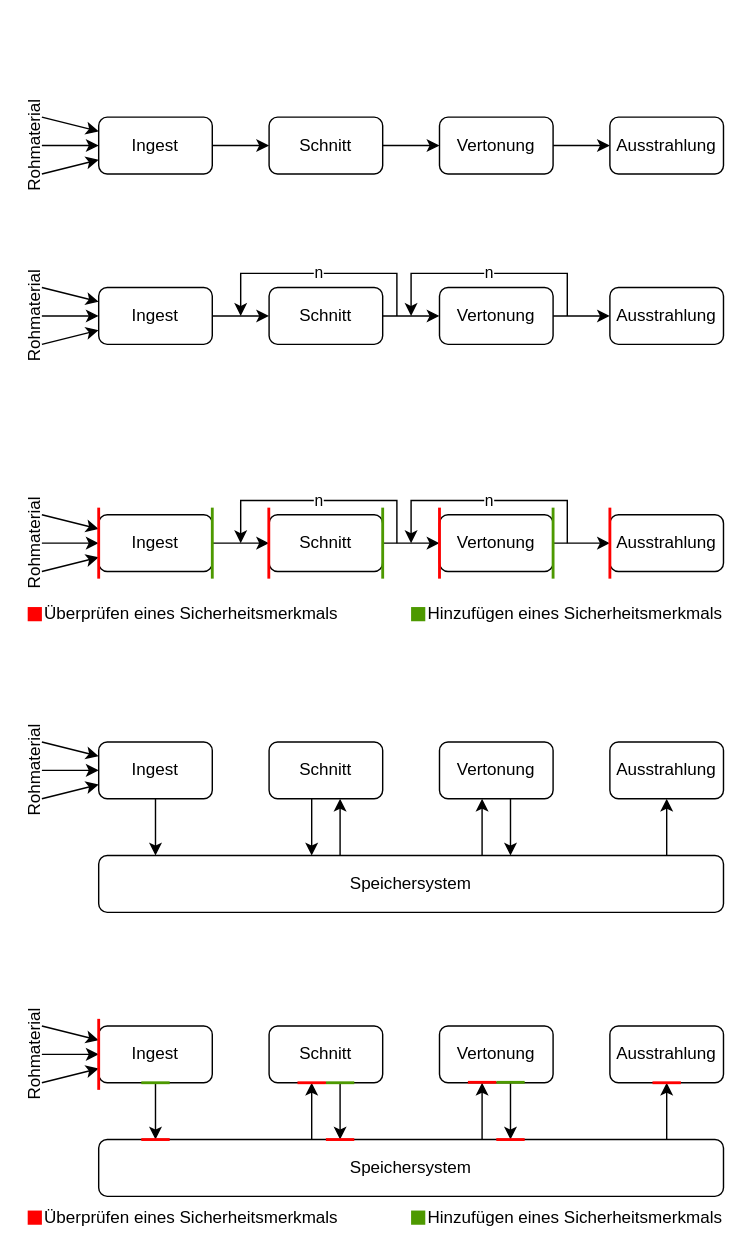
This is Produktionsprozess.drawio from timteller/Grafiken_Bachelorarbeit, a draw.io file, before an edit. Source tidied: cells renumbered, new cells numbered last; positions are measured from the earlier drawing's top-left corner, leaving out a move shared by most shapes. Both pictures are drawn from the tidied source at 142%, with x=0, y=0 at pixel (-16, 116).
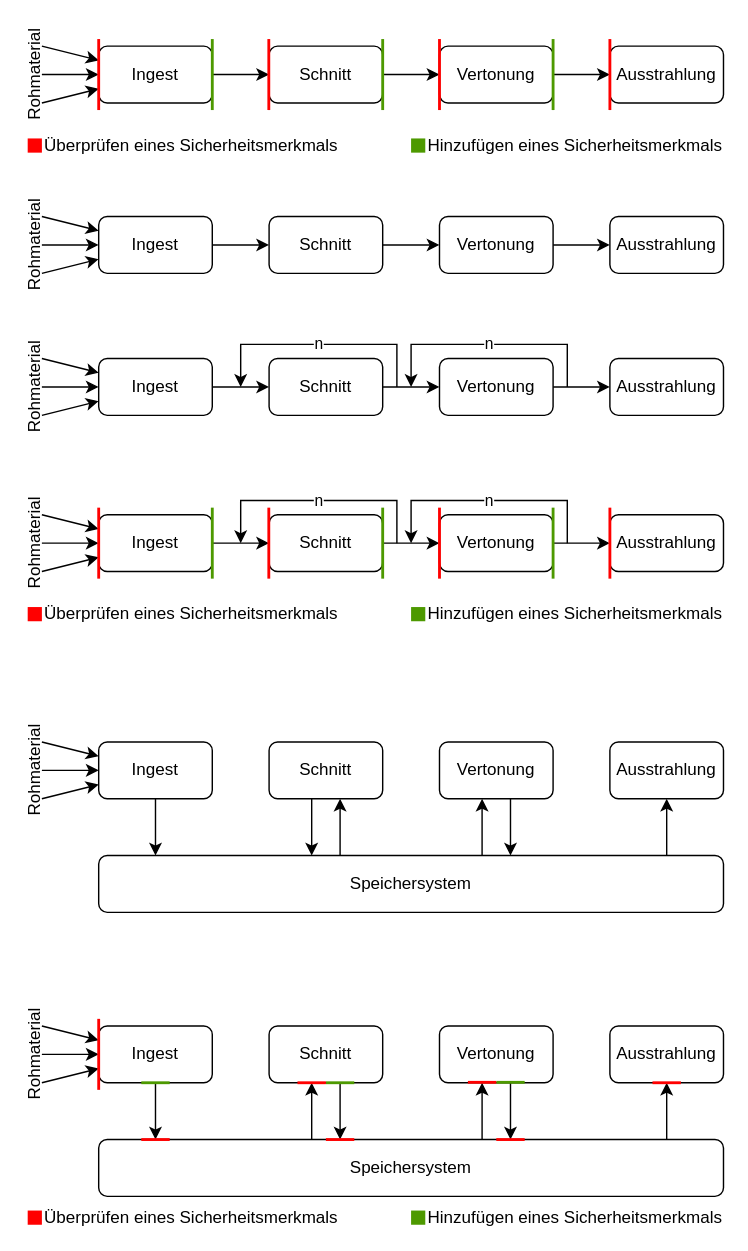
After the change.

What changed in the source:
```diff
@@
     <mxCell id="3" value="Ingest" style="rounded=1;whiteSpace=wrap;html=1;" parent="1" vertex="1">
-      <mxGeometry x="80" width="80" height="40" as="geometry" />
+      <mxGeometry x="80" y="70" width="80" height="40" as="geometry" />
     </mxCell>
@@
     <mxCell id="5" value="Schnitt" style="rounded=1;whiteSpace=wrap;html=1;" parent="1" vertex="1">
-      <mxGeometry x="200" width="80" height="40" as="geometry" />
+      <mxGeometry x="200" y="70" width="80" height="40" as="geometry" />
     </mxCell>
@@
     <mxCell id="7" value="Vertonung" style="rounded=1;whiteSpace=wrap;html=1;" parent="1" vertex="1">
-      <mxGeometry x="320" width="80" height="40" as="geometry" />
+      <mxGeometry x="320" y="70" width="80" height="40" as="geometry" />
     </mxCell>
     <mxCell id="8" value="Ausstrahlung" style="rounded=1;whiteSpace=wrap;html=1;" parent="1" vertex="1">
-      <mxGeometry x="440" width="80" height="40" as="geometry" />
+      <mxGeometry x="440" y="70" width="80" height="40" as="geometry" />
     </mxCell>
     <mxCell id="9" style="endArrow=classic;html=1;rounded=0;entryX=0;entryY=0.75;entryDx=0;entryDy=0;" parent="1" edge="1" target="3">
       <mxGeometry relative="1" as="geometry">
-        <mxPoint x="40" y="40" as="sourcePoint" />
+        <mxPoint x="40" y="110" as="sourcePoint" />
       </mxGeometry>
     </mxCell>
     <mxCell id="10" style="endArrow=classic;html=1;rounded=0;entryX=0;entryY=0.5;entryDx=0;entryDy=0;" parent="1" edge="1" target="3">
       <mxGeometry relative="1" as="geometry">
-        <mxPoint x="40" y="20" as="sourcePoint" />
+        <mxPoint x="40" y="90" as="sourcePoint" />
       </mxGeometry>
     </mxCell>
     <mxCell id="11" style="endArrow=classic;html=1;rounded=0;entryX=0;entryY=0.25;entryDx=0;entryDy=0;" parent="1" edge="1" target="3">
       <mxGeometry relative="1" as="geometry">
-        <mxPoint x="40" as="sourcePoint" />
+        <mxPoint x="40" y="70" as="sourcePoint" />
       </mxGeometry>
     </mxCell>
     <mxCell id="12" value="Rohmaterial" style="text;html=1;align=center;verticalAlign=middle;whiteSpace=wrap;rounded=0;rotation=-90;" parent="1" vertex="1">
-      <mxGeometry y="15" width="70" height="10" as="geometry" />
+      <mxGeometry y="85" width="70" height="10" as="geometry" />
     </mxCell>
@@
     <mxCell id="15" value="Ingest" style="rounded=1;whiteSpace=wrap;html=1;" parent="13" vertex="1">
-      <mxGeometry x="80" y="120" width="80" height="40" as="geometry" />
+      <mxGeometry x="80" y="170" width="80" height="40" as="geometry" />
     </mxCell>
@@
     <mxCell id="17" value="Schnitt" style="rounded=1;whiteSpace=wrap;html=1;" parent="13" vertex="1">
-      <mxGeometry x="200" y="120" width="80" height="40" as="geometry" />
+      <mxGeometry x="200" y="170" width="80" height="40" as="geometry" />
     </mxCell>
@@
     <mxCell id="19" value="Vertonung" style="rounded=1;whiteSpace=wrap;html=1;" parent="13" vertex="1">
-      <mxGeometry x="320" y="120" width="80" height="40" as="geometry" />
+      <mxGeometry x="320" y="170" width="80" height="40" as="geometry" />
     </mxCell>
     <mxCell id="20" value="Ausstrahlung" style="rounded=1;whiteSpace=wrap;html=1;" parent="13" vertex="1">
-      <mxGeometry x="440" y="120" width="80" height="40" as="geometry" />
+      <mxGeometry x="440" y="170" width="80" height="40" as="geometry" />
     </mxCell>
     <mxCell id="21" style="endArrow=classic;html=1;rounded=0;entryX=0;entryY=0.75;entryDx=0;entryDy=0;" parent="13" edge="1" target="15">
       <mxGeometry relative="1" as="geometry">
-        <mxPoint x="40" y="160" as="sourcePoint" />
+        <mxPoint x="40" y="210" as="sourcePoint" />
       </mxGeometry>
     </mxCell>
     <mxCell id="22" style="endArrow=classic;html=1;rounded=0;entryX=0;entryY=0.5;entryDx=0;entryDy=0;" parent="13" edge="1" target="15">
       <mxGeometry relative="1" as="geometry">
-        <mxPoint x="40" y="140" as="sourcePoint" />
+        <mxPoint x="40" y="190" as="sourcePoint" />
       </mxGeometry>
     </mxCell>
     <mxCell id="23" style="endArrow=classic;html=1;rounded=0;entryX=0;entryY=0.25;entryDx=0;entryDy=0;" parent="13" edge="1" target="15">
       <mxGeometry relative="1" as="geometry">
-        <mxPoint x="40" y="120" as="sourcePoint" />
+        <mxPoint x="40" y="170" as="sourcePoint" />
       </mxGeometry>
     </mxCell>
     <mxCell id="24" value="Rohmaterial" style="text;html=1;align=center;verticalAlign=middle;whiteSpace=wrap;rounded=0;rotation=-90;" parent="13" vertex="1">
-      <mxGeometry y="135" width="70" height="10" as="geometry" />
+      <mxGeometry y="185" width="70" height="10" as="geometry" />
     </mxCell>
     <mxCell id="25" value="n" style="endArrow=classic;html=1;rounded=0;" parent="13" edge="1">
       <mxGeometry relative="1" as="geometry">
-        <mxPoint x="410" y="140" as="sourcePoint" />
-        <mxPoint x="300" y="140" as="targetPoint" />
+        <mxPoint x="410" y="190" as="sourcePoint" />
+        <mxPoint x="300" y="190" as="targetPoint" />
         <Array as="points">
-          <mxPoint x="410" y="110" />
-          <mxPoint x="300" y="110" />
+          <mxPoint x="410" y="160" />
+          <mxPoint x="300" y="160" />
         </Array>
       </mxGeometry>
     </mxCell>
     <mxCell id="26" value="n" style="endArrow=classic;html=1;rounded=0;" parent="13" edge="1">
       <mxGeometry relative="1" as="geometry">
-        <mxPoint x="290" y="140" as="sourcePoint" />
-        <mxPoint x="180" y="140" as="targetPoint" />
+        <mxPoint x="290" y="190" as="sourcePoint" />
+        <mxPoint x="180" y="190" as="targetPoint" />
         <Array as="points">
-          <mxPoint x="290" y="110" />
-          <mxPoint x="180" y="110" />
+          <mxPoint x="290" y="160" />
+          <mxPoint x="180" y="160" />
         </Array>
       </mxGeometry>
     </mxCell>
@@
+    <mxCell id="98" parent="0" />
+    <mxCell id="99" style="edgeStyle=orthogonalEdgeStyle;rounded=0;jettySize=auto;html=1;" parent="98" edge="1" source="100" target="102">
+      <mxGeometry relative="1" as="geometry" />
+    </mxCell>
+    <mxCell id="100" value="Ingest" style="rounded=1;whiteSpace=wrap;html=1;" parent="98" vertex="1">
+      <mxGeometry x="80" y="-50" width="80" height="40" as="geometry" />
+    </mxCell>
+    <mxCell id="101" style="edgeStyle=orthogonalEdgeStyle;rounded=0;jettySize=auto;html=1;" parent="98" edge="1" source="102" target="104">
+      <mxGeometry relative="1" as="geometry" />
+    </mxCell>
+    <mxCell id="102" value="Schnitt" style="rounded=1;whiteSpace=wrap;html=1;" parent="98" vertex="1">
+      <mxGeometry x="200" y="-50" width="80" height="40" as="geometry" />
+    </mxCell>
+    <mxCell id="103" style="edgeStyle=orthogonalEdgeStyle;rounded=0;jettySize=auto;html=1;" parent="98" edge="1" source="104" target="105">
+      <mxGeometry relative="1" as="geometry" />
+    </mxCell>
+    <mxCell id="104" value="Vertonung" style="rounded=1;whiteSpace=wrap;html=1;" parent="98" vertex="1">
+      <mxGeometry x="320" y="-50" width="80" height="40" as="geometry" />
+    </mxCell>
+    <mxCell id="105" value="Ausstrahlung" style="rounded=1;whiteSpace=wrap;html=1;" parent="98" vertex="1">
+      <mxGeometry x="440" y="-50" width="80" height="40" as="geometry" />
+    </mxCell>
+    <mxCell id="106" style="endArrow=classic;html=1;rounded=0;entryX=0;entryY=0.75;entryDx=0;entryDy=0;" parent="98" edge="1" target="100">
+      <mxGeometry relative="1" as="geometry">
+        <mxPoint x="40" y="-10" as="sourcePoint" />
+      </mxGeometry>
+    </mxCell>
+    <mxCell id="107" style="endArrow=classic;html=1;rounded=0;entryX=0;entryY=0.5;entryDx=0;entryDy=0;" parent="98" edge="1" target="100">
+      <mxGeometry relative="1" as="geometry">
+        <mxPoint x="40" y="-30" as="sourcePoint" />
+      </mxGeometry>
+    </mxCell>
+    <mxCell id="108" style="endArrow=classic;html=1;rounded=0;entryX=0;entryY=0.25;entryDx=0;entryDy=0;" parent="98" edge="1" target="100">
+      <mxGeometry relative="1" as="geometry">
+        <mxPoint x="40" y="-50" as="sourcePoint" />
+      </mxGeometry>
+    </mxCell>
+    <mxCell id="109" value="Rohmaterial" style="text;html=1;align=center;verticalAlign=middle;whiteSpace=wrap;rounded=0;rotation=-90;" parent="98" vertex="1">
+      <mxGeometry y="-35" width="70" height="10" as="geometry" />
+    </mxCell>
+    <mxCell id="110" style="endArrow=none;html=1;rounded=0;strokeWidth=2;strokeColor=#FF0000;" parent="98" edge="1">
+      <mxGeometry relative="1" as="geometry">
+        <mxPoint x="80" y="-5" as="sourcePoint" />
+        <mxPoint x="80" y="-55" as="targetPoint" />
+      </mxGeometry>
+    </mxCell>
+    <mxCell id="111" style="endArrow=none;html=1;rounded=0;strokeWidth=2;strokeColor=#FF0000;" parent="98" edge="1">
+      <mxGeometry relative="1" as="geometry">
+        <mxPoint x="199.8" y="-5" as="sourcePoint" />
+        <mxPoint x="199.8" y="-55" as="targetPoint" />
+      </mxGeometry>
+    </mxCell>
+    <mxCell id="112" style="endArrow=none;html=1;rounded=0;strokeWidth=2;strokeColor=#FF0000;" parent="98" edge="1">
+      <mxGeometry relative="1" as="geometry">
+        <mxPoint x="320" y="-5" as="sourcePoint" />
+        <mxPoint x="320" y="-55" as="targetPoint" />
+      </mxGeometry>
+    </mxCell>
+    <mxCell id="113" style="endArrow=none;html=1;rounded=0;strokeWidth=2;strokeColor=#FF0000;" parent="98" edge="1">
+      <mxGeometry relative="1" as="geometry">
+        <mxPoint x="440" y="-5" as="sourcePoint" />
+        <mxPoint x="440" y="-55" as="targetPoint" />
+      </mxGeometry>
+    </mxCell>
+    <mxCell id="114" style="endArrow=none;html=1;rounded=0;strokeWidth=2;strokeColor=#4D9900;fillColor=#d5e8d4;" parent="98" edge="1">
+      <mxGeometry relative="1" as="geometry">
+        <mxPoint x="160" y="-5" as="sourcePoint" />
+        <mxPoint x="160" y="-55" as="targetPoint" />
+      </mxGeometry>
+    </mxCell>
+    <mxCell id="115" style="endArrow=none;html=1;rounded=0;strokeWidth=2;strokeColor=#4D9900;fillColor=#d5e8d4;" parent="98" edge="1">
+      <mxGeometry relative="1" as="geometry">
+        <mxPoint x="280" y="-5" as="sourcePoint" />
+        <mxPoint x="280" y="-55" as="targetPoint" />
+      </mxGeometry>
+    </mxCell>
+    <mxCell id="116" style="endArrow=none;html=1;rounded=0;strokeWidth=2;strokeColor=#4D9900;fillColor=#d5e8d4;" parent="98" edge="1">
+      <mxGeometry relative="1" as="geometry">
+        <mxPoint x="400" y="-5" as="sourcePoint" />
+        <mxPoint x="400" y="-55" as="targetPoint" />
+      </mxGeometry>
+    </mxCell>
+    <mxCell id="117" style="whiteSpace=wrap;html=1;strokeColor=none;fillColor=light-dark(#ff0000, #ededed);" parent="98" vertex="1">
+      <mxGeometry x="30" y="15" width="10" height="10" as="geometry" />
+    </mxCell>
+    <mxCell id="118" style="whiteSpace=wrap;html=1;strokeColor=none;fillColor=light-dark(#4D9900,#EDEDED);" parent="98" vertex="1">
+      <mxGeometry x="300" y="15" width="10" height="10" as="geometry" />
+    </mxCell>
+    <mxCell id="119" value="Überprüfen eines Sicherheitsmerkmals" style="text;html=1;align=left;verticalAlign=middle;whiteSpace=wrap;rounded=0;" parent="98" vertex="1">
+      <mxGeometry x="40" y="15" width="210" height="10" as="geometry" />
+    </mxCell>
+    <mxCell id="120" value="Hinzufügen eines Sicherheitsmerkmals" style="text;html=1;align=left;verticalAlign=middle;whiteSpace=wrap;rounded=0;" parent="98" vertex="1">
+      <mxGeometry x="310" y="15" width="210" height="10" as="geometry" />
+    </mxCell>
```
